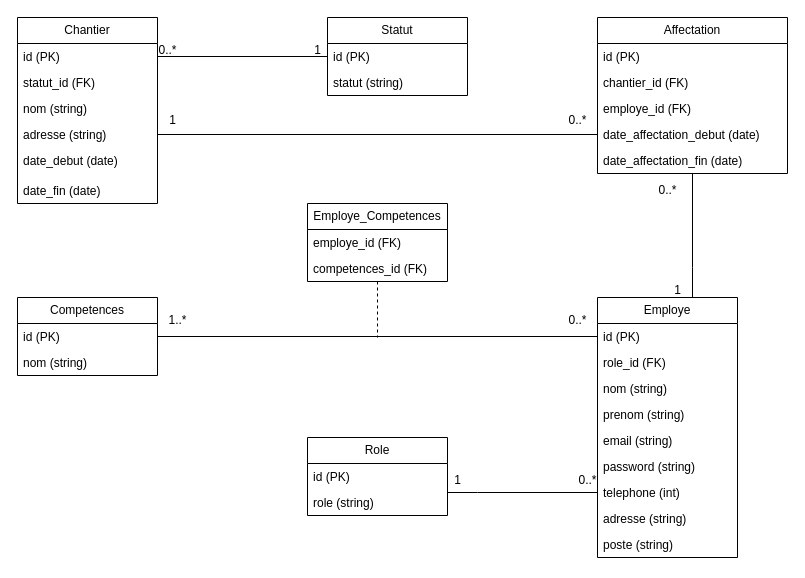
Earlier version of the draw.io diagram Diagramme classe.drawio (M4tte78/bd2_hackathon). Source tidied: cells renumbered, new cells numbered last; positions are measured from the earlier drawing's top-left corner, leaving out a move shared by most shapes. Both pictures are drawn from the tidied source at 100%, with x=0, y=0 at pixel (17, 17).
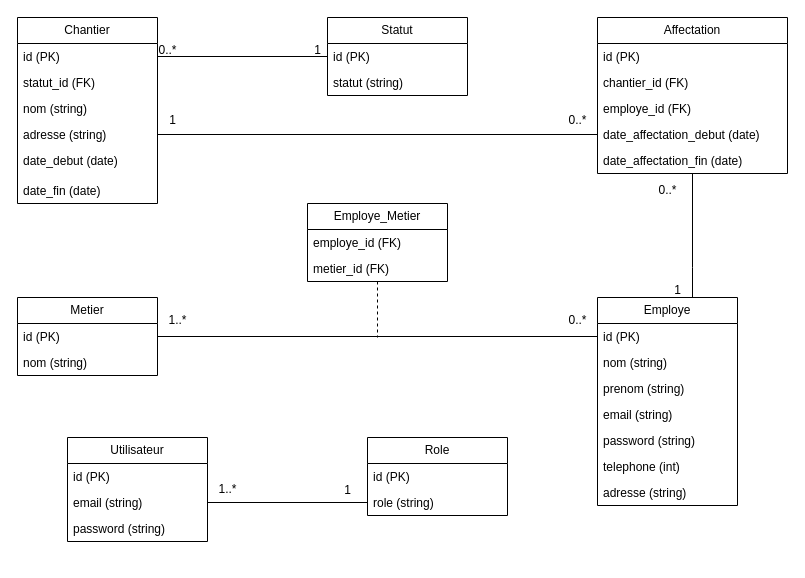
The same page after the edit.

Commit message (it also covers changes not shown here):
add db schema + diagramme

The change refers to these unchanged cells:
```xml
<mxCell id="28" value="role (string)" style="text;strokeColor=none;fillColor=none;align=left;verticalAlign=top;spacingLeft=4;spacingRight=4;overflow=hidden;points=[[0,0.5],[1,0.5]];portConstraint=eastwest;whiteSpace=wrap;html=1;" parent="26" vertex="1">
  <mxGeometry y="52" width="140" height="26" as="geometry" />
</mxCell>
```

What changed in the source:
```diff
@@
     <mxCell id="10" value="Employe" style="swimlane;fontStyle=0;horizontal=1;startSize=26;fillColor=none;whiteSpace=wrap;html=1;" parent="1" vertex="1">
-      <mxGeometry x="580" y="280" width="140" height="260" as="geometry" />
+      <mxGeometry x="580" y="280" width="140" height="208" as="geometry" />
     </mxCell>
@@
-    <mxCell id="12" value="role_id (FK)" style="text;strokeColor=none;fillColor=none;align=left;verticalAlign=top;spacingLeft=4;spacingRight=4;overflow=hidden;whiteSpace=wrap;html=1;" parent="10" vertex="1">
-      <mxGeometry y="52" width="140" height="26" as="geometry" />
-    </mxCell>
     <mxCell id="13" value="nom (string)" style="text;strokeColor=none;fillColor=none;align=left;verticalAlign=top;spacingLeft=4;spacingRight=4;overflow=hidden;whiteSpace=wrap;html=1;" parent="10" vertex="1">
-      <mxGeometry y="78" width="140" height="26" as="geometry" />
+      <mxGeometry y="52" width="140" height="26" as="geometry" />
     </mxCell>
     <mxCell id="14" value="prenom (string)" style="text;strokeColor=none;fillColor=none;align=left;verticalAlign=top;spacingLeft=4;spacingRight=4;overflow=hidden;whiteSpace=wrap;html=1;" parent="10" vertex="1">
-      <mxGeometry y="104" width="140" height="26" as="geometry" />
+      <mxGeometry y="78" width="140" height="26" as="geometry" />
     </mxCell>
     <mxCell id="15" value="email (string)" style="text;strokeColor=none;fillColor=none;align=left;verticalAlign=top;spacingLeft=4;spacingRight=4;overflow=hidden;whiteSpace=wrap;html=1;" parent="10" vertex="1">
-      <mxGeometry y="130" width="140" height="26" as="geometry" />
+      <mxGeometry y="104" width="140" height="26" as="geometry" />
     </mxCell>
     <mxCell id="16" value="password (string)" style="text;strokeColor=none;fillColor=none;align=left;verticalAlign=top;spacingLeft=4;spacingRight=4;overflow=hidden;whiteSpace=wrap;html=1;" parent="10" vertex="1">
-      <mxGeometry y="156" width="140" height="26" as="geometry" />
+      <mxGeometry y="130" width="140" height="26" as="geometry" />
     </mxCell>
     <mxCell id="17" value="telephone (int)" style="text;strokeColor=none;fillColor=none;align=left;verticalAlign=top;spacingLeft=4;spacingRight=4;overflow=hidden;points=[[0,0.5],[1,0.5]];portConstraint=eastwest;whiteSpace=wrap;html=1;" parent="10" vertex="1">
-      <mxGeometry y="182" width="140" height="26" as="geometry" />
+      <mxGeometry y="156" width="140" height="26" as="geometry" />
     </mxCell>
     <mxCell id="18" value="adresse (string)" style="text;strokeColor=none;fillColor=none;align=left;verticalAlign=top;spacingLeft=4;spacingRight=4;overflow=hidden;whiteSpace=wrap;html=1;" parent="10" vertex="1">
-      <mxGeometry y="208" width="140" height="26" as="geometry" />
+      <mxGeometry y="182" width="140" height="26" as="geometry" />
     </mxCell>
-    <mxCell id="19" value="poste (string)" style="text;strokeColor=none;fillColor=none;align=left;verticalAlign=top;spacingLeft=4;spacingRight=4;overflow=hidden;whiteSpace=wrap;html=1;" parent="10" vertex="1">
-      <mxGeometry y="234" width="140" height="26" as="geometry" />
-    </mxCell>
@@
     <mxCell id="26" value="Role" style="swimlane;fontStyle=0;horizontal=1;startSize=26;fillColor=none;whiteSpace=wrap;html=1;" parent="1" vertex="1">
-      <mxGeometry x="290" y="420" width="140" height="78" as="geometry" />
+      <mxGeometry x="350" y="420" width="140" height="78" as="geometry" />
     </mxCell>
@@
-    <mxCell id="29" value="Compe&lt;span style=&quot;background-color: transparent; color: light-dark(rgb(0, 0, 0), rgb(255, 255, 255));&quot;&gt;tences&lt;/span&gt;" style="swimlane;fontStyle=0;horizontal=1;startSize=26;fillColor=none;whiteSpace=wrap;html=1;" parent="1" vertex="1">
+    <mxCell id="29" value="Metier" style="swimlane;fontStyle=0;horizontal=1;startSize=26;fillColor=none;whiteSpace=wrap;html=1;" parent="1" vertex="1">
       <mxGeometry y="280" width="140" height="78" as="geometry" />
     </mxCell>
@@
-    <mxCell id="32" value="Employe_Competences" style="swimlane;fontStyle=0;horizontal=1;startSize=26;fillColor=none;whiteSpace=wrap;html=1;" parent="1" vertex="1">
+    <mxCell id="32" value="Employe_Metier" style="swimlane;fontStyle=0;horizontal=1;startSize=26;fillColor=none;whiteSpace=wrap;html=1;" parent="1" vertex="1">
       <mxGeometry x="290" y="186" width="140" height="78" as="geometry" />
     </mxCell>
@@
-    <mxCell id="35" value="competences_id (FK)" style="text;strokeColor=none;fillColor=none;align=left;verticalAlign=top;spacingLeft=4;spacingRight=4;overflow=hidden;points=[[0,0.5],[1,0.5]];portConstraint=eastwest;whiteSpace=wrap;html=1;" parent="32" vertex="1">
+    <mxCell id="35" value="metier_id (FK)" style="text;strokeColor=none;fillColor=none;align=left;verticalAlign=top;spacingLeft=4;spacingRight=4;overflow=hidden;points=[[0,0.5],[1,0.5]];portConstraint=eastwest;whiteSpace=wrap;html=1;" parent="32" vertex="1">
       <mxGeometry y="52" width="140" height="26" as="geometry" />
     </mxCell>
@@
-    <mxCell id="40" style="edgeStyle=orthogonalEdgeStyle;rounded=0;jettySize=auto;html=1;endArrow=none;startFill=0;" parent="1" edge="1" source="28" target="17">
-      <mxGeometry relative="1" as="geometry">
-        <Array as="points">
-          <mxPoint x="460" y="475" />
-          <mxPoint x="460" y="475" />
-        </Array>
-      </mxGeometry>
-    </mxCell>
@@
+    <mxCell id="53" value="Utilisateur" style="swimlane;fontStyle=0;horizontal=1;startSize=26;fillColor=none;whiteSpace=wrap;html=1;" parent="1" vertex="1">
+      <mxGeometry x="50" y="420" width="140" height="104" as="geometry" />
+    </mxCell>
+    <mxCell id="54" value="id (PK)" style="text;strokeColor=none;fillColor=none;align=left;verticalAlign=top;spacingLeft=4;spacingRight=4;overflow=hidden;whiteSpace=wrap;html=1;" parent="53" vertex="1">
+      <mxGeometry y="26" width="140" height="26" as="geometry" />
+    </mxCell>
+    <mxCell id="55" value="email (string)" style="text;strokeColor=none;fillColor=none;align=left;verticalAlign=top;spacingLeft=4;spacingRight=4;overflow=hidden;points=[[0,0.5],[1,0.5]];portConstraint=eastwest;whiteSpace=wrap;html=1;" parent="53" vertex="1">
+      <mxGeometry y="52" width="140" height="26" as="geometry" />
+    </mxCell>
+    <mxCell id="56" value="password (string)" style="text;strokeColor=none;fillColor=none;align=left;verticalAlign=top;spacingLeft=4;spacingRight=4;overflow=hidden;whiteSpace=wrap;html=1;" parent="53" vertex="1">
+      <mxGeometry y="78" width="140" height="26" as="geometry" />
+    </mxCell>
+    <mxCell id="57" style="edgeStyle=orthogonalEdgeStyle;rounded=0;jettySize=auto;html=1;endArrow=none;startFill=0;" parent="1" edge="1" source="55" target="28">
+      <mxGeometry relative="1" as="geometry" />
+    </mxCell>
     <mxCell id="51" value="1" style="text;html=1;align=center;verticalAlign=middle;strokeColor=none;fillColor=none;" parent="1" vertex="1">
-      <mxGeometry x="425" y="448" width="30" height="30" as="geometry" />
+      <mxGeometry x="315" y="458" width="30" height="30" as="geometry" />
     </mxCell>
-    <mxCell id="52" value="0..*" style="text;html=1;align=center;verticalAlign=middle;strokeColor=none;fillColor=none;" parent="1" vertex="1">
-      <mxGeometry x="550" y="448" width="40" height="30" as="geometry" />
-    </mxCell>
+    <mxCell id="58" value="1..*" style="text;html=1;align=center;verticalAlign=middle;strokeColor=none;fillColor=none;" parent="1" vertex="1">
+      <mxGeometry x="190" y="457" width="40" height="30" as="geometry" />
+    </mxCell>
```
